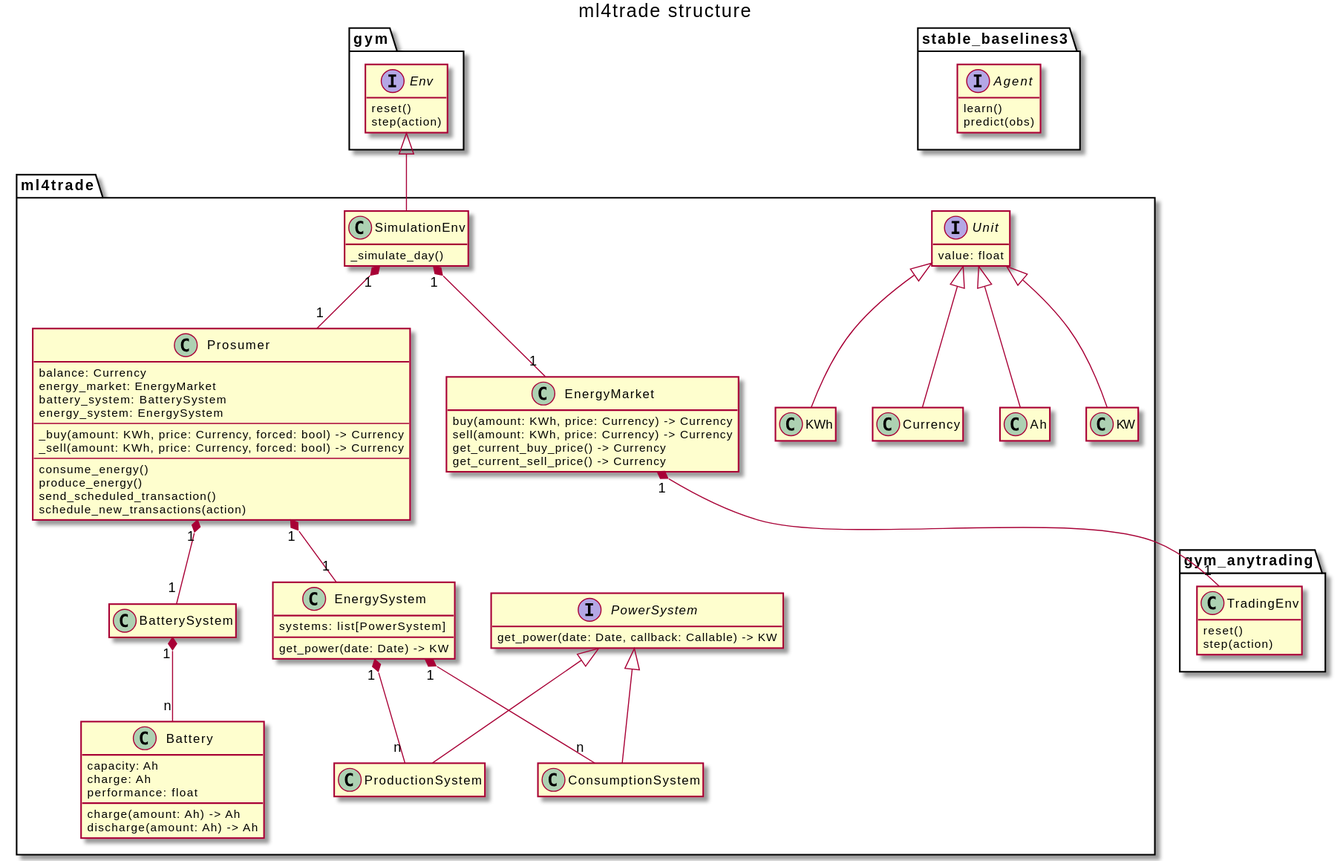
Above: docs/ml4trade_structure.svg in skalermo/ml4trade (PlantUML), before the change. Source of this version:
```plantuml
@startuml
hide empty methods
hide empty fields

title ml4trade structure

interface gym.Env {
  reset()
  step(action)
}

class gym_anytrading.TradingEnv {
  reset()
  step(action)
}

interface ml4trade.Unit {
  value: float
}
class ml4trade.Ah
class ml4trade.KW
class ml4trade.KWh
class ml4trade.Currency

class ml4trade.SimulationEnv {
  _simulate_day()
}

class ml4trade.EnergyMarket {
  buy(amount: KWh, price: Currency) -> Currency
  sell(amount: KWh, price: Currency) -> Currency
  get_current_buy_price() -> Currency
  get_current_sell_price() -> Currency
}

class ml4trade.Prosumer {
  balance: Currency
  energy_market: EnergyMarket
  battery_system: BatterySystem
  energy_system: EnergySystem
  ---
  _buy(amount: KWh, price: Currency, forced: bool) -> Currency
  _sell(amount: KWh, price: Currency, forced: bool) -> Currency
  ---
  consume_energy()
  produce_energy()
  send_scheduled_transaction()
  schedule_new_transactions(action)
}

class ml4trade.BatterySystem

class ml4trade.EnergySystem {
  systems: list[PowerSystem]

  get_power(date: Date) -> KW
}

interface ml4trade.PowerSystem {
  get_power(date: Date, callback: Callable) -> KW
}
class ml4trade.ProductionSystem
class ml4trade.ConsumptionSystem

class ml4trade.Battery {
  capacity: Ah
  charge: Ah
  performance: float

  charge(amount: Ah) -> Ah
  discharge(amount: Ah) -> Ah
}

interface stable_baselines3.Agent {
  learn()
  predict(obs)
}

ml4trade.Unit <|-- ml4trade.Ah
ml4trade.Unit <|-- ml4trade.KW
ml4trade.Unit <|-- ml4trade.KWh
ml4trade.Unit <|-- ml4trade.Currency

gym.Env <|-- ml4trade.SimulationEnv
ml4trade.SimulationEnv "1" *-- "1" ml4trade.EnergyMarket
ml4trade.SimulationEnv "1" *-- "1" ml4trade.Prosumer
ml4trade.EnergyMarket "1" *-- "1" gym_anytrading.TradingEnv
ml4trade.BatterySystem "1" *-- "n" ml4trade.Battery
ml4trade.Prosumer "1" *-- "1" ml4trade.BatterySystem
ml4trade.Prosumer "1" *-- "1" ml4trade.EnergySystem
ml4trade.PowerSystem <|-- ml4trade.ProductionSystem
ml4trade.PowerSystem <|-- ml4trade.ConsumptionSystem
ml4trade.EnergySystem "1" *-- "n" ml4trade.ProductionSystem
ml4trade.EnergySystem "1" *-- "n" ml4trade.ConsumptionSystem
@enduml
```
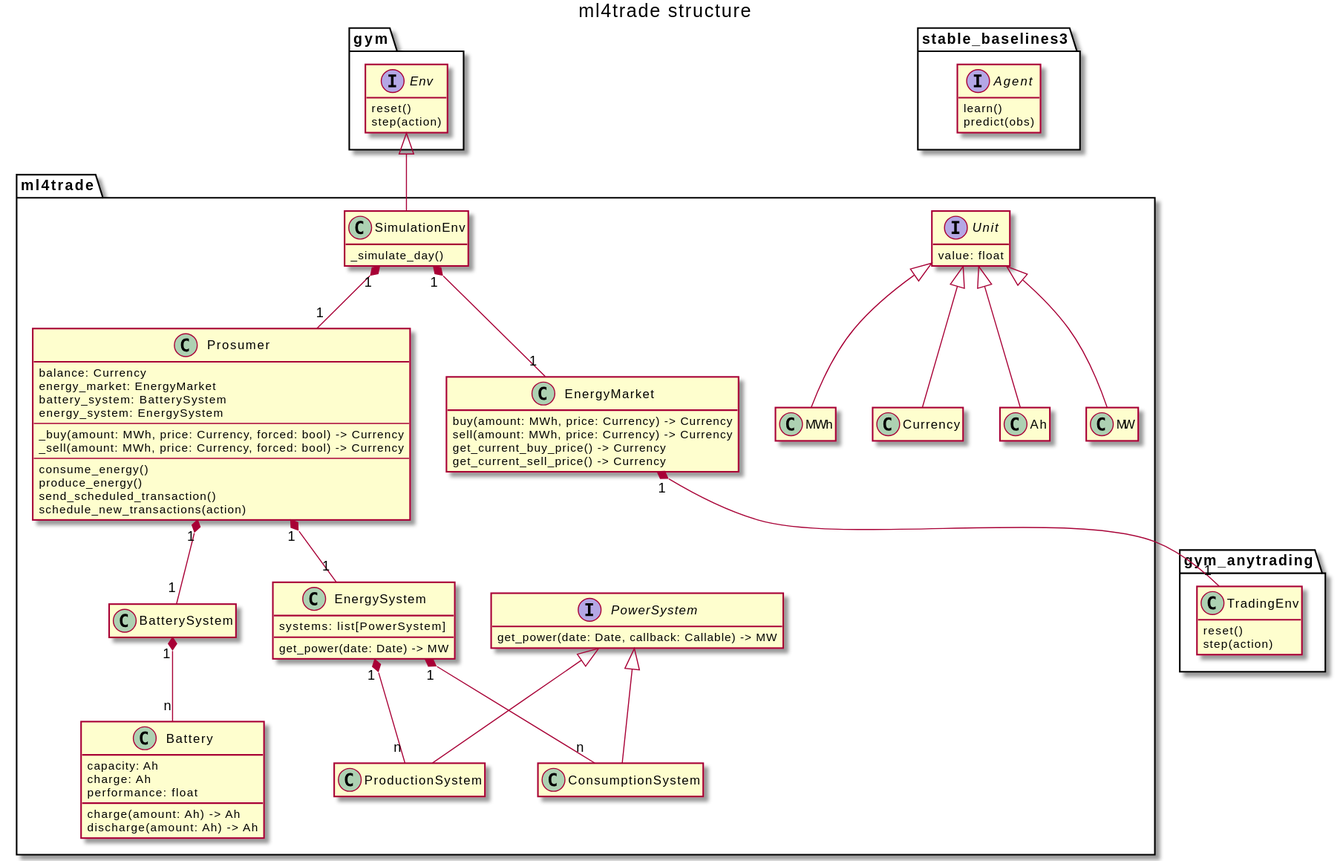
After the change.

Diff of the diagram source:
```diff
@@ -18,8 +18,8 @@
   value: float
 }
 class ml4trade.Ah
-class ml4trade.KW
-class ml4trade.KWh
+class ml4trade.MW
+class ml4trade.MWh
 class ml4trade.Currency
 
 class ml4trade.SimulationEnv {
@@ -27,8 +27,8 @@
 }
 
 class ml4trade.EnergyMarket {
-  buy(amount: KWh, price: Currency) -> Currency
-  sell(amount: KWh, price: Currency) -> Currency
+  buy(amount: MWh, price: Currency) -> Currency
+  sell(amount: MWh, price: Currency) -> Currency
   get_current_buy_price() -> Currency
   get_current_sell_price() -> Currency
 }
@@ -39,8 +39,8 @@
   battery_system: BatterySystem
   energy_system: EnergySystem
   ---
-  _buy(amount: KWh, price: Currency, forced: bool) -> Currency
-  _sell(amount: KWh, price: Currency, forced: bool) -> Currency
+  _buy(amount: MWh, price: Currency, forced: bool) -> Currency
+  _sell(amount: MWh, price: Currency, forced: bool) -> Currency
   ---
   consume_energy()
   produce_energy()
@@ -53,11 +53,11 @@
 class ml4trade.EnergySystem {
   systems: list[PowerSystem]
 
-  get_power(date: Date) -> KW
+  get_power(date: Date) -> MW
 }
 
 interface ml4trade.PowerSystem {
-  get_power(date: Date, callback: Callable) -> KW
+  get_power(date: Date, callback: Callable) -> MW
 }
 class ml4trade.ProductionSystem
 class ml4trade.ConsumptionSystem
@@ -77,8 +77,8 @@
 }
 
 ml4trade.Unit <|-- ml4trade.Ah
-ml4trade.Unit <|-- ml4trade.KW
-ml4trade.Unit <|-- ml4trade.KWh
+ml4trade.Unit <|-- ml4trade.MW
+ml4trade.Unit <|-- ml4trade.MWh
 ml4trade.Unit <|-- ml4trade.Currency
 
 gym.Env <|-- ml4trade.SimulationEnv
```
